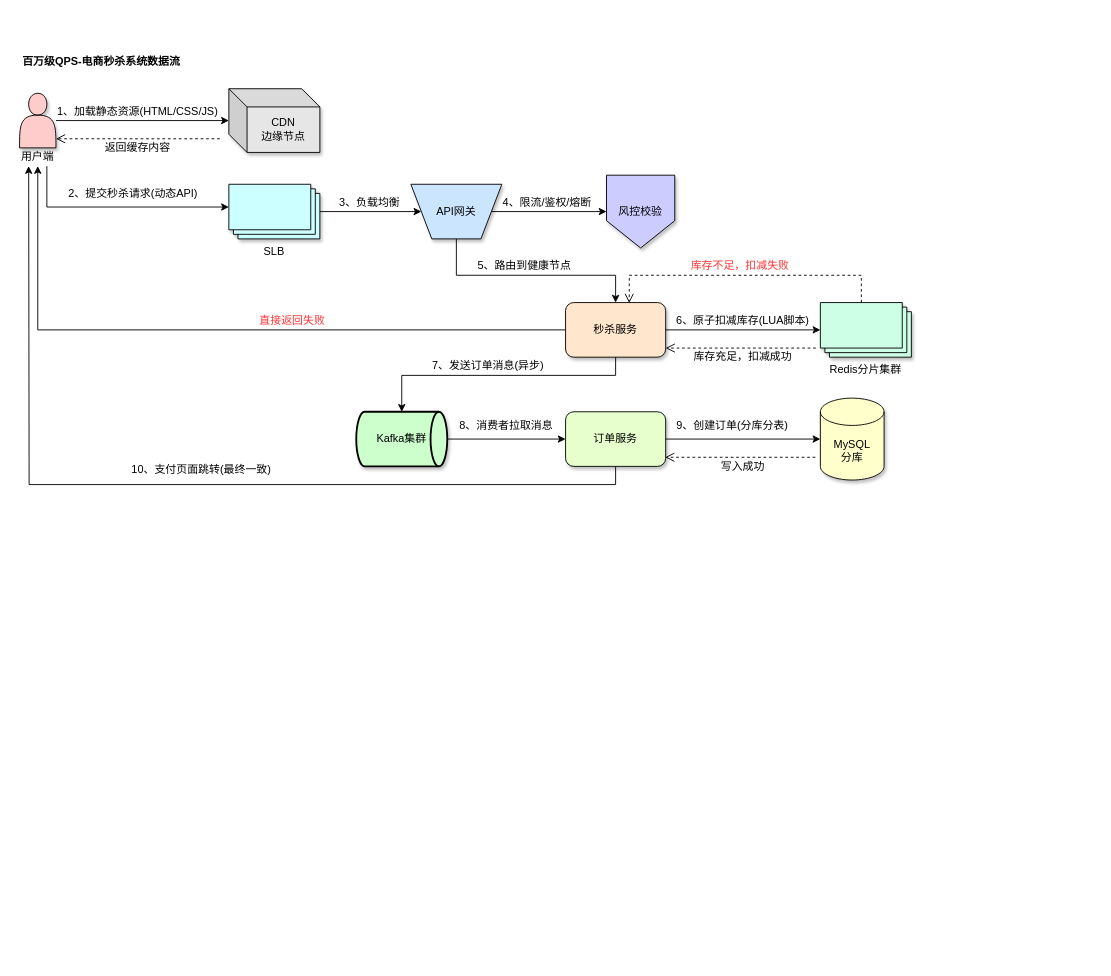
This is achitecture_diagram/百万级QPS-电商秒杀系统数据流.drawio from abigalexy/online_drawing, a draw.io file, before an edit. Source tidied: cells renumbered, new cells numbered last; positions are measured from the earlier drawing's top-left corner, leaving out a move shared by most shapes. Both pictures are drawn from the tidied source at 91%, with x=0, y=0 at pixel (19, 52).
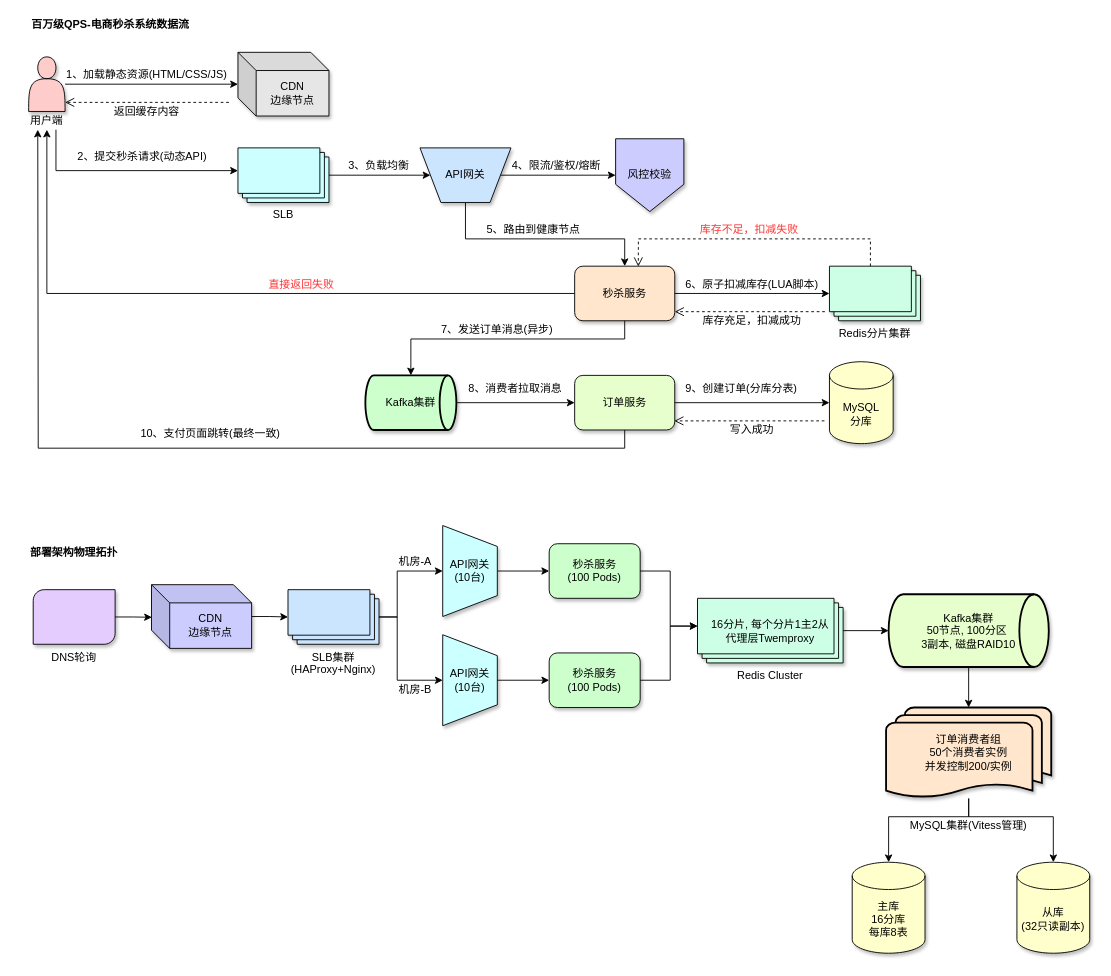
Above is the later version.

Commit message:
更新百万级QPS-电商秒杀系统数据流.drawio

Diff of the diagram source:
```diff
@@
+    <mxCell id="50" style="group;" parent="1" vertex="1">
+      <mxGeometry x="10" y="520" width="1166" height="470" as="geometry" />
+    </mxCell>
+    <mxCell id="51" value="API网关&lt;br&gt;(10台)" style="verticalLabelPosition=middle;verticalAlign=middle;html=1;shape=trapezoid;perimeter=trapezoidPerimeter;whiteSpace=wrap;size=0.23;arcSize=10;flipV=1;labelPosition=center;align=center;direction=south;shadow=1;fillColor=#CCFFFF;" parent="50" vertex="1">
+      <mxGeometry x="455" y="120" width="60" height="100" as="geometry" />
+    </mxCell>
+    <mxCell id="52" value="&lt;b&gt;部署架构物理拓扑&lt;/b&gt;" style="text;strokeColor=none;align=center;fillColor=none;html=1;verticalAlign=middle;whiteSpace=wrap;rounded=0;" parent="50" vertex="1">
+      <mxGeometry y="20" width="100" height="20" as="geometry" />
+    </mxCell>
+    <mxCell id="53" value="DNS轮询" style="verticalLabelPosition=bottom;verticalAlign=top;html=1;shape=mxgraph.basic.diag_round_rect;dx=6;whiteSpace=wrap;fillColor=#E5CCFF;shadow=1;" parent="50" vertex="1">
+      <mxGeometry x="5" y="70.5" width="90" height="60" as="geometry" />
+    </mxCell>
+    <mxCell id="54" style="edgeStyle=orthogonalEdgeStyle;rounded=0;jettySize=auto;html=1;" parent="50" edge="1" source="55" target="58">
+      <mxGeometry relative="1" as="geometry" />
+    </mxCell>
+    <mxCell id="55" value="CDN&lt;br&gt;边缘节点" style="shape=cube;whiteSpace=wrap;html=1;boundedLbl=1;backgroundOutline=1;darkOpacity=0.05;darkOpacity2=0.1;fillColor=#CCCCFF;shadow=1;" parent="50" vertex="1">
+      <mxGeometry x="135" y="65" width="110" height="70" as="geometry" />
+    </mxCell>
+    <mxCell id="56" style="edgeStyle=orthogonalEdgeStyle;rounded=0;jettySize=auto;html=1;entryX=0.5;entryY=1;entryDx=0;entryDy=0;" parent="50" edge="1" source="58" target="60">
+      <mxGeometry relative="1" as="geometry">
+        <Array as="points">
+          <mxPoint x="405" y="101" />
+          <mxPoint x="405" y="50" />
+        </Array>
+      </mxGeometry>
+    </mxCell>
+    <mxCell id="57" style="edgeStyle=orthogonalEdgeStyle;rounded=0;jettySize=auto;html=1;entryX=0.5;entryY=1;entryDx=0;entryDy=0;" parent="50" edge="1" source="58" target="51">
+      <mxGeometry relative="1" as="geometry">
+        <Array as="points">
+          <mxPoint x="405" y="101" />
+          <mxPoint x="405" y="170" />
+        </Array>
+      </mxGeometry>
+    </mxCell>
+    <mxCell id="58" value="SLB集群(HAProxy+Nginx)" style="verticalLabelPosition=bottom;verticalAlign=top;html=1;shape=mxgraph.basic.layered_rect;dx=10;outlineConnect=0;whiteSpace=wrap;fillColor=#CCE5FF;shadow=1;" parent="50" vertex="1">
+      <mxGeometry x="285" y="70.5" width="100" height="60" as="geometry" />
+    </mxCell>
+    <mxCell id="59" style="edgeStyle=orthogonalEdgeStyle;rounded=0;jettySize=auto;html=1;entryX=0;entryY=0.5;entryDx=0;entryDy=0;" parent="50" edge="1" source="60" target="62">
+      <mxGeometry relative="1" as="geometry" />
+    </mxCell>
+    <mxCell id="60" value="API网关&lt;br&gt;(10台)" style="verticalLabelPosition=middle;verticalAlign=middle;html=1;shape=trapezoid;perimeter=trapezoidPerimeter;whiteSpace=wrap;size=0.23;arcSize=10;flipV=1;labelPosition=center;align=center;direction=south;fillColor=#CCFFFF;shadow=1;" parent="50" vertex="1">
+      <mxGeometry x="455" width="60" height="100" as="geometry" />
+    </mxCell>
+    <mxCell id="61" style="edgeStyle=orthogonalEdgeStyle;rounded=0;jettySize=auto;html=1;exitX=0.5;exitY=0;exitDx=0;exitDy=0;entryX=0;entryY=0.5;entryDx=0;entryDy=0;" parent="50" edge="1" source="51" target="63">
+      <mxGeometry relative="1" as="geometry" />
+    </mxCell>
+    <mxCell id="62" value="秒杀服务&lt;br&gt;(100 Pods)" style="rounded=1;whiteSpace=wrap;html=1;fillColor=#CCFFCC;shadow=1;" parent="50" vertex="1">
+      <mxGeometry x="572" y="20" width="100" height="60" as="geometry" />
+    </mxCell>
+    <mxCell id="63" value="秒杀服务&lt;br&gt;(100 Pods)" style="rounded=1;whiteSpace=wrap;html=1;fillColor=#CCFFCC;shadow=1;" parent="50" vertex="1">
+      <mxGeometry x="572" y="140" width="100" height="60" as="geometry" />
+    </mxCell>
+    <mxCell id="64" value="Redis Cluster" style="verticalLabelPosition=bottom;verticalAlign=top;html=1;shape=mxgraph.basic.layered_rect;dx=10;outlineConnect=0;whiteSpace=wrap;fillColor=#CCFFE6;shadow=1;" parent="50" vertex="1">
+      <mxGeometry x="735" y="80" width="160" height="71" as="geometry" />
+    </mxCell>
+    <mxCell id="65" value="Kafka集群&lt;br&gt;50节点, 100分区&amp;nbsp;&lt;div&gt;3副本, 磁盘RAID10&lt;br&gt;&lt;/div&gt;" style="strokeWidth=2;html=1;shape=mxgraph.flowchart.direct_data;whiteSpace=wrap;fillColor=#E6FFCC;shadow=1;" parent="50" vertex="1">
+      <mxGeometry x="945" y="75.5" width="176" height="80" as="geometry" />
+    </mxCell>
+    <mxCell id="66" value="订单消费者组&lt;br&gt;50个消费者实例&lt;br&gt;并发控制200/实例" style="strokeWidth=2;html=1;shape=mxgraph.flowchart.multi-document;whiteSpace=wrap;fillColor=#FFE6CC;shadow=1;" parent="50" vertex="1">
+      <mxGeometry x="942.2" y="200" width="181.5" height="100" as="geometry" />
+    </mxCell>
+    <mxCell id="67" value="从库&lt;br&gt;(32只读副本)" style="shape=cylinder3;whiteSpace=wrap;html=1;boundedLbl=1;backgroundOutline=1;size=15;shadow=1;fillColor=#FFFFCC;" parent="50" vertex="1">
+      <mxGeometry x="1086" y="370" width="80" height="100" as="geometry" />
+    </mxCell>
+    <mxCell id="68" value="主库&lt;br&gt;16分库&lt;br&gt;每库8表" style="shape=cylinder3;whiteSpace=wrap;html=1;boundedLbl=1;backgroundOutline=1;size=15;fillColor=#FFFFCC;shadow=1;" parent="50" vertex="1">
+      <mxGeometry x="905" y="370" width="80" height="100" as="geometry" />
+    </mxCell>
+    <mxCell id="69" value="MySQL集群(Vitess管理)" style="text;strokeColor=none;align=center;fillColor=none;html=1;verticalAlign=middle;whiteSpace=wrap;rounded=0;" parent="50" vertex="1">
+      <mxGeometry x="965" y="320" width="136" height="20" as="geometry" />
+    </mxCell>
+    <mxCell id="70" style="edgeStyle=orthogonalEdgeStyle;rounded=0;jettySize=auto;html=1;entryX=0.004;entryY=0.512;entryDx=0;entryDy=0;entryPerimeter=0;" parent="50" edge="1" source="53" target="55">
+      <mxGeometry relative="1" as="geometry" />
+    </mxCell>
+    <mxCell id="71" value="机房-A" style="text;strokeColor=none;align=center;fillColor=none;html=1;verticalAlign=middle;whiteSpace=wrap;rounded=0;" parent="50" vertex="1">
+      <mxGeometry x="405" y="30" width="40" height="20" as="geometry" />
+    </mxCell>
+    <mxCell id="72" value="机房-B" style="text;strokeColor=none;align=center;fillColor=none;html=1;verticalAlign=middle;whiteSpace=wrap;rounded=0;" parent="50" vertex="1">
+      <mxGeometry x="405" y="170" width="40" height="20" as="geometry" />
+    </mxCell>
+    <mxCell id="73" value="16分片, 每个分片1主2从&lt;br&gt;代理层Twemproxy" style="text;strokeColor=none;align=center;fillColor=none;html=1;verticalAlign=middle;whiteSpace=wrap;rounded=0;" parent="50" vertex="1">
+      <mxGeometry x="745" y="100.5" width="140" height="30" as="geometry" />
+    </mxCell>
+    <mxCell id="74" style="edgeStyle=orthogonalEdgeStyle;rounded=0;jettySize=auto;html=1;entryX=0;entryY=0;entryDx=0;entryDy=30.5;entryPerimeter=0;exitX=1;exitY=0.5;exitDx=0;exitDy=0;" parent="50" edge="1" source="63" target="64">
+      <mxGeometry relative="1" as="geometry">
+        <Array as="points">
+          <mxPoint x="705" y="170" />
+          <mxPoint x="705" y="111" />
+        </Array>
+      </mxGeometry>
+    </mxCell>
+    <mxCell id="75" style="edgeStyle=orthogonalEdgeStyle;rounded=0;jettySize=auto;html=1;entryX=0;entryY=0;entryDx=0;entryDy=30.5;entryPerimeter=0;" parent="50" edge="1" source="62" target="64">
+      <mxGeometry relative="1" as="geometry">
+        <Array as="points">
+          <mxPoint x="705" y="50" />
+          <mxPoint x="705" y="110" />
+        </Array>
+      </mxGeometry>
+    </mxCell>
+    <mxCell id="76" style="edgeStyle=orthogonalEdgeStyle;rounded=0;jettySize=auto;html=1;entryX=0;entryY=0.5;entryDx=0;entryDy=0;entryPerimeter=0;" parent="50" edge="1" source="64" target="65">
+      <mxGeometry relative="1" as="geometry" />
+    </mxCell>
+    <mxCell id="77" style="edgeStyle=orthogonalEdgeStyle;rounded=0;jettySize=auto;html=1;entryX=0.5;entryY=0;entryDx=0;entryDy=0;entryPerimeter=0;" parent="50" edge="1" source="65" target="66">
+      <mxGeometry relative="1" as="geometry" />
+    </mxCell>
+    <mxCell id="78" style="edgeStyle=orthogonalEdgeStyle;rounded=0;jettySize=auto;html=1;entryX=0.5;entryY=0;entryDx=0;entryDy=0;entryPerimeter=0;" parent="50" edge="1" source="66" target="68">
+      <mxGeometry relative="1" as="geometry">
+        <Array as="points">
+          <mxPoint x="1033" y="320" />
+          <mxPoint x="945" y="320" />
+        </Array>
+      </mxGeometry>
+    </mxCell>
+    <mxCell id="79" style="edgeStyle=orthogonalEdgeStyle;rounded=0;jettySize=auto;html=1;entryX=0.5;entryY=0;entryDx=0;entryDy=0;entryPerimeter=0;" parent="50" edge="1" source="66" target="67">
+      <mxGeometry relative="1" as="geometry">
+        <Array as="points">
+          <mxPoint x="1033" y="320" />
+          <mxPoint x="1126" y="320" />
+        </Array>
+      </mxGeometry>
+    </mxCell>
+    <mxCell id="80" style="group;" parent="1" vertex="1">
+      <mxGeometry x="10" y="-40" width="980" height="470" as="geometry" />
+    </mxCell>
-    <mxCell id="2" style="group;" parent="1" vertex="1">
+    <mxCell id="2" style="group;" parent="80" vertex="1">
       <mxGeometry y="40" width="980" height="430" as="geometry" />
     </mxCell>
@@
-    <mxCell id="49" value="&lt;div&gt;&lt;b&gt;百万级QPS-电商秒杀系统数据流&lt;/b&gt;&lt;/div&gt;" style="text;strokeColor=none;align=center;fillColor=none;html=1;verticalAlign=middle;whiteSpace=wrap;rounded=0;" parent="1" vertex="1">
+    <mxCell id="49" value="&lt;div&gt;&lt;b&gt;百万级QPS-电商秒杀系统数据流&lt;/b&gt;&lt;/div&gt;" style="text;strokeColor=none;align=center;fillColor=none;html=1;verticalAlign=middle;whiteSpace=wrap;rounded=0;" parent="80" vertex="1">
       <mxGeometry width="180" height="20" as="geometry" />
     </mxCell>
```
